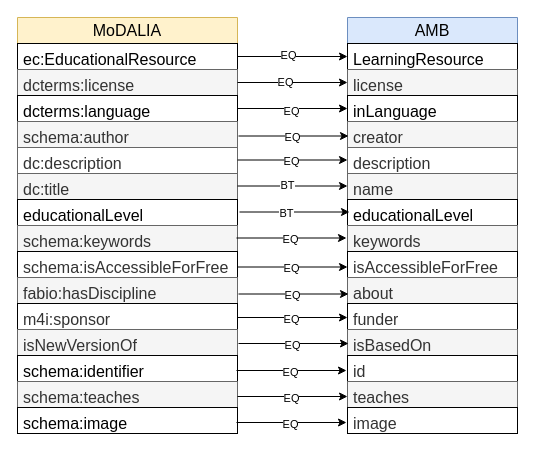
Before: visualisations/crosswalk2AMB.drawio in data-literacy-alliance/dalia-ontology, a draw.io diagram. Source tidied: cells renumbered, new cells numbered last; positions are measured from the earlier drawing's top-left corner, leaving out a move shared by most shapes. Both pictures are drawn from the tidied source at 100%, with x=0, y=0 at pixel (17, 17).
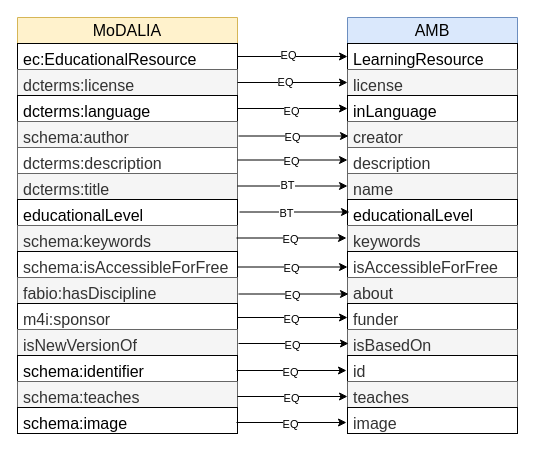
The same diagram, later.

Unchanged cells that the change refers to:
```xml
<mxCell id="2" value="MoDALIA" style="swimlane;fontStyle=0;horizontal=1;startSize=26;fillColor=#fff2cc;whiteSpace=wrap;html=1;strokeColor=#d6b656;fontSize=16;" parent="1" vertex="1">
  <mxGeometry width="220" height="416" as="geometry" />
</mxCell>
```

Diff of the diagram source:
```diff
@@
-    <mxCell id="7" value="dc:description" style="text;strokeColor=#666666;fillColor=none;align=left;verticalAlign=top;spacingLeft=4;spacingRight=4;overflow=hidden;whiteSpace=wrap;html=1;fontColor=#333333;fontSize=16;" parent="2" vertex="1">
+    <mxCell id="7" value="dcterms:description" style="text;strokeColor=#666666;fillColor=none;align=left;verticalAlign=top;spacingLeft=4;spacingRight=4;overflow=hidden;whiteSpace=wrap;html=1;fontColor=#333333;fontSize=16;" parent="2" vertex="1">
       <mxGeometry y="130" width="220" height="26" as="geometry" />
     </mxCell>
-    <mxCell id="8" value="dc:title" style="text;strokeColor=#666666;fillColor=#f5f5f5;align=left;verticalAlign=top;spacingLeft=4;spacingRight=4;overflow=hidden;whiteSpace=wrap;html=1;fontColor=#333333;fontSize=16;" parent="2" vertex="1">
+    <mxCell id="8" value="dcterms:title" style="text;strokeColor=#666666;fillColor=#f5f5f5;align=left;verticalAlign=top;spacingLeft=4;spacingRight=4;overflow=hidden;whiteSpace=wrap;html=1;fontColor=#333333;fontSize=16;" parent="2" vertex="1">
       <mxGeometry y="156" width="220" height="26" as="geometry" />
     </mxCell>
```
